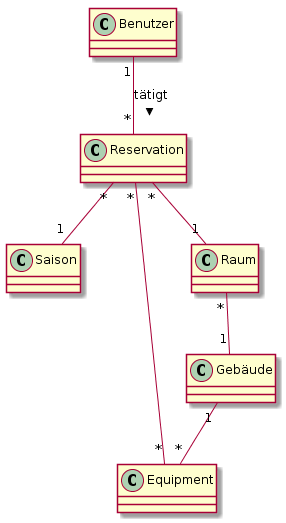
This is doc/uml/DomainModel.png from BFH-SoED-due1/white, a PlantUML export, as it was before one commit. Its diagram source:
```plantuml
@startuml
Benutzer "1"   -- "*" Reservation : tätigt >
Reservation "*" -- "1" Saison
Reservation "*" -- "*" Equipment
Reservation "*" -- "1" Raum
Raum "*" -- "1"  Gebäude
Gebäude "1" -- "*" Equipment
@enduml
```
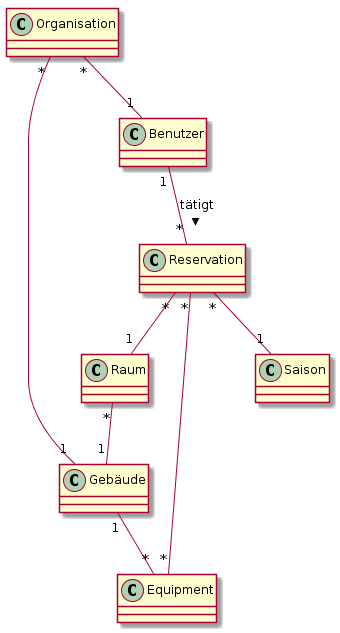
The same diagram one commit later.

Commit message:
added Comment to ClassDiagram

Change to the diagram source:
```diff
@@ -1,4 +1,6 @@
 @startuml
+Organisation "*" -- "1" Gebäude
+Organisation "*" -- "1" Benutzer
 Benutzer "1"   -- "*" Reservation : tätigt >
 Reservation "*" -- "1" Saison
 Reservation "*" -- "*" Equipment
```
